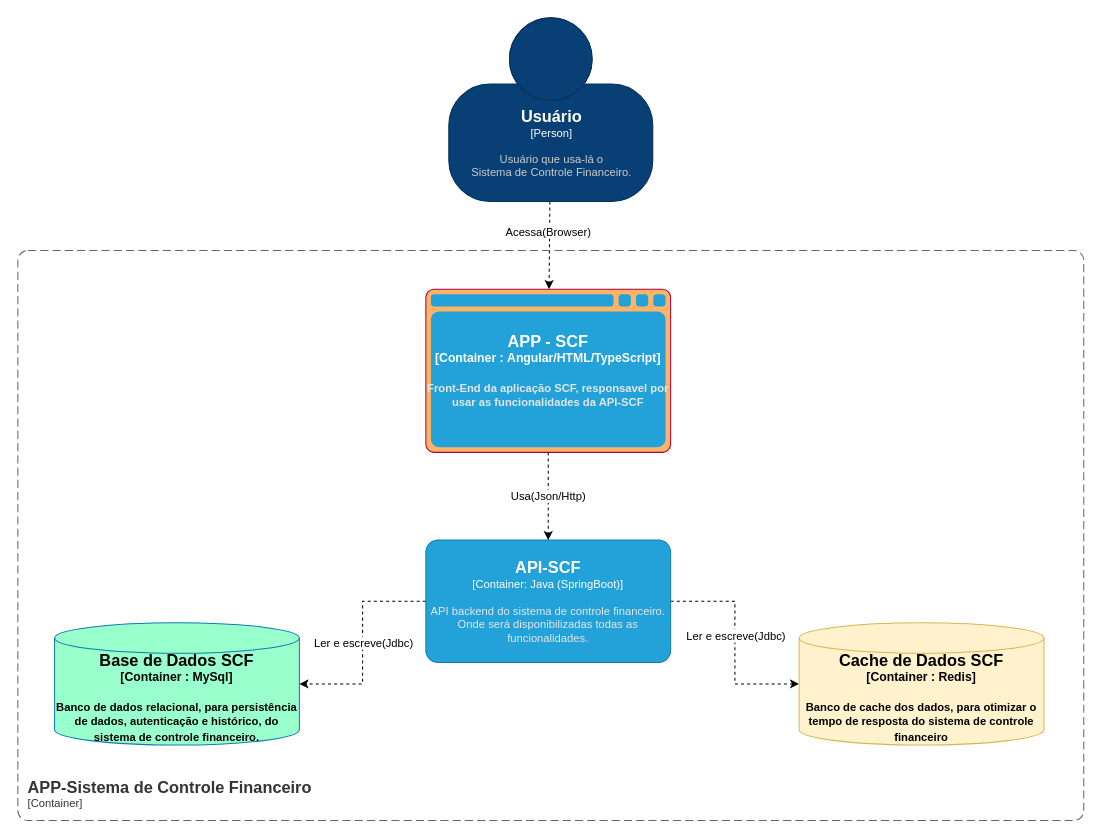
Before: page "Diagrama de Conteiner" (2 of 3) of Arquitetura/Diagramas.drawio in henriquerdq/poc-sistemas-controle-financas, a draw.io diagram. Source tidied: cells renumbered, new cells numbered last; positions are measured from the earlier drawing's top-left corner, leaving out a move shared by most shapes. Both pictures are drawn from the tidied source at 102%, with x=0, y=0 at pixel (17, 17).
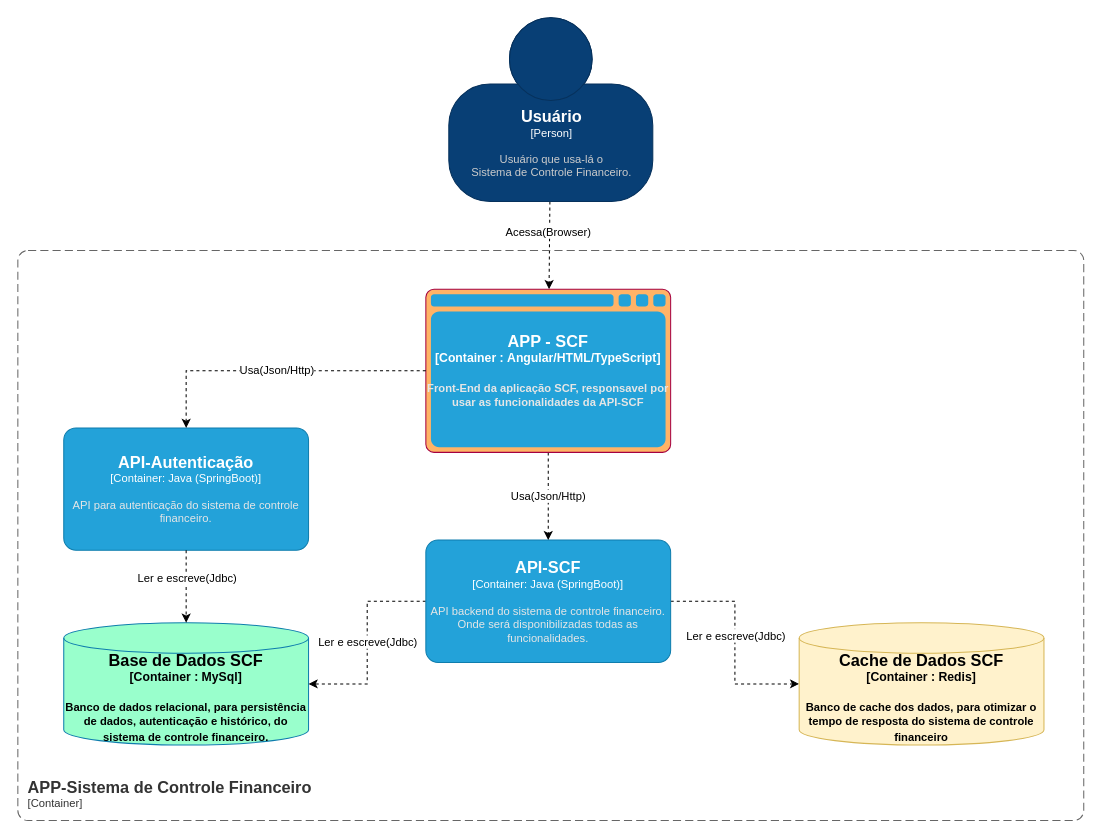
The same page after the edit.

Unchanged cells that the change refers to:
```xml
<object id="11" label="&lt;font style=&quot;font-size: 16px&quot;&gt;&lt;b&gt;%c4Type%&lt;/font&gt;&lt;div&gt;[%c4Container%:&amp;nbsp;%c4Technology%]&lt;/div&gt;&lt;br&gt;&lt;div&gt;&lt;font style=&quot;font-size: 11px&quot;&gt;&lt;font color=&quot;#E6E6E6&quot;&gt;%c4Description%&lt;/font&gt;&lt;/div&gt;" c4Container="Container " c4Description="Front-End da aplicação SCF, responsavel por usar as funcionalidades da API-SCF" c4Technology="Angular/HTML/TypeScript" c4Type="APP - SCF" placeholders="1">
  <mxCell style="shape=mxgraph.c4.webBrowserContainer;whiteSpace=wrap;html=1;boundedLbl=1;rounded=0;labelBackgroundColor=none;fillColor=#FFB366;fontSize=12;align=center;strokeColor=#A50040;points=[[0.5,0,0],[1,0.25,0],[1,0.5,0],[1,0.75,0],[0.5,1,0],[0,0.75,0],[0,0.5,0],[0,0.25,0]];fontColor=#ffffff;fillStyle=auto;" parent="1" vertex="1">
    <mxGeometry x="400" y="266" width="240" height="160" as="geometry" />
  </mxCell>
</object>
```

What changed in the source:
```diff
@@
     <object id="2" label="&lt;font style=&quot;font-size: 16px&quot;&gt;&lt;b&gt;%c4Type%&lt;/b&gt;&lt;/font&gt;&lt;div&gt;&lt;b&gt;[%c4Container%:&amp;nbsp;%c4Technology%]&lt;/b&gt;&lt;/div&gt;&lt;b&gt;&lt;br&gt;&lt;div&gt;&lt;font style=&quot;font-size: 11px&quot;&gt;&lt;font&gt;%c4Description%&lt;/font&gt;&lt;/font&gt;&lt;/div&gt;&lt;/b&gt;" c4Container="Container " c4Description="Banco de dados relacional, para persistência de dados, autenticação e histórico, do sistema de controle financeiro." c4Technology="MySql" c4Type="Base de Dados SCF" placeholders="1">
       <mxCell style="shape=cylinder3;size=15;whiteSpace=wrap;html=1;boundedLbl=1;rounded=0;labelBackgroundColor=none;fillColor=#99FFCC;fontSize=12;fontColor=#000000;align=center;strokeColor=#0E7DAD;points=[[0.5,0,0],[1,0.25,0],[1,0.5,0],[1,0.75,0],[0.5,1,0],[0,0.75,0],[0,0.5,0],[0,0.25,0]];" parent="1" vertex="1">
-        <mxGeometry x="36" y="593" width="240" height="120" as="geometry" />
+        <mxGeometry x="45" y="593" width="240" height="120" as="geometry" />
       </mxCell>
     </object>
@@
+    <object id="15" label="&lt;font style=&quot;font-size: 16px&quot;&gt;&lt;b&gt;%c4Name%&lt;/b&gt;&lt;/font&gt;&lt;div&gt;[%c4Type%: %c4Technology%]&lt;/div&gt;&lt;br&gt;&lt;div&gt;&lt;font style=&quot;font-size: 11px&quot;&gt;&lt;font color=&quot;#E6E6E6&quot;&gt;%c4Description%&lt;/font&gt;&lt;/div&gt;" c4Description="API para autenticação do sistema de controle financeiro." c4Name="API-Autenticação" c4Technology="Java (SpringBoot)" c4Type="Container" placeholders="1">
+      <mxCell style="rounded=1;whiteSpace=wrap;html=1;fontSize=11;labelBackgroundColor=none;fillColor=#23A2D9;fontColor=#ffffff;align=center;arcSize=10;strokeColor=#0E7DAD;points=[[0.25,0,0],[0.5,0,0],[0.75,0,0],[1,0.25,0],[1,0.5,0],[1,0.75,0],[0.75,1,0],[0.5,1,0],[0.25,1,0],[0,0.75,0],[0,0.5,0],[0,0.25,0]];" parent="1" vertex="1">
+        <mxGeometry x="45" y="402" width="240" height="120" as="geometry" />
+      </mxCell>
+    </object>
+    <mxCell id="16" value="Usa(Json/Http)" style="edgeStyle=orthogonalEdgeStyle;rounded=0;jettySize=auto;html=1;entryX=0.5;entryY=0;entryDx=0;entryDy=0;entryPerimeter=0;dashed=1;exitX=0;exitY=0.5;exitDx=0;exitDy=0;exitPerimeter=0;" parent="1" edge="1" source="11" target="15">
+      <mxGeometry relative="1" as="geometry" />
+    </mxCell>
+    <mxCell id="17" style="edgeStyle=orthogonalEdgeStyle;rounded=0;jettySize=auto;html=1;dashed=1;exitX=0.5;exitY=1;exitDx=0;exitDy=0;exitPerimeter=0;entryX=0.5;entryY=0;entryDx=0;entryDy=0;entryPerimeter=0;" parent="1" edge="1" source="15" target="2">
+      <mxGeometry relative="1" as="geometry" />
+    </mxCell>
+    <mxCell id="18" value="Ler e escreve(Jdbc)" style="edgeLabel;html=1;align=center;verticalAlign=middle;" parent="17" vertex="1">
+      <mxGeometry x="0.23" y="-2" relative="1" as="geometry">
+        <mxPoint x="2" y="-17" as="offset" />
+      </mxGeometry>
+    </mxCell>
```
